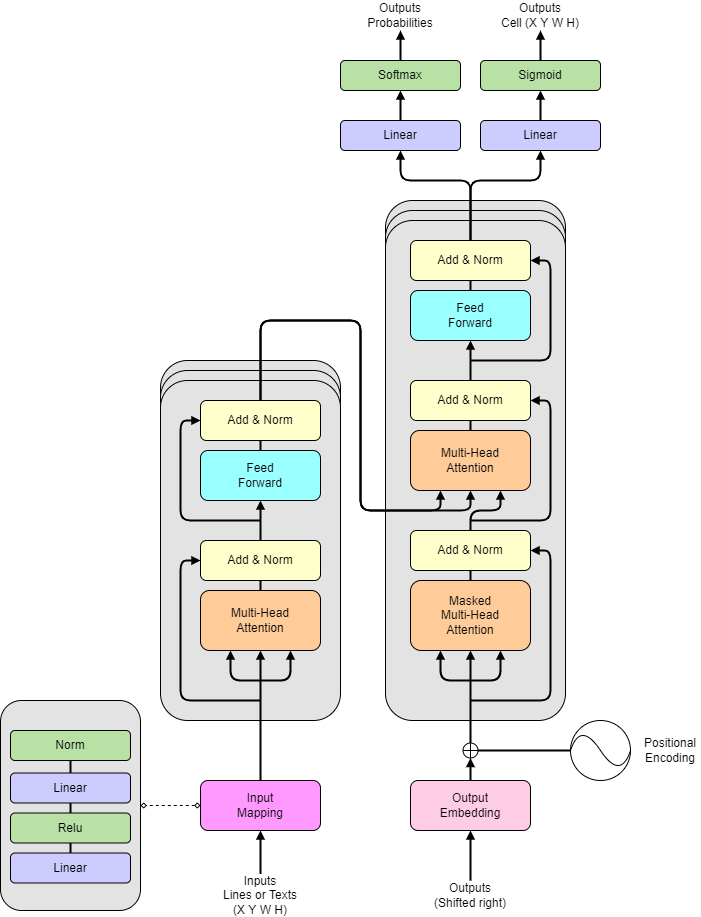
The draw.io diagram img/PositionalStructure.png in little-polka-dot/tex, before a commit. Source tidied: cells renumbered, new cells last; positions are measured from the earlier drawing's top-left corner, leaving out a move shared by most shapes.
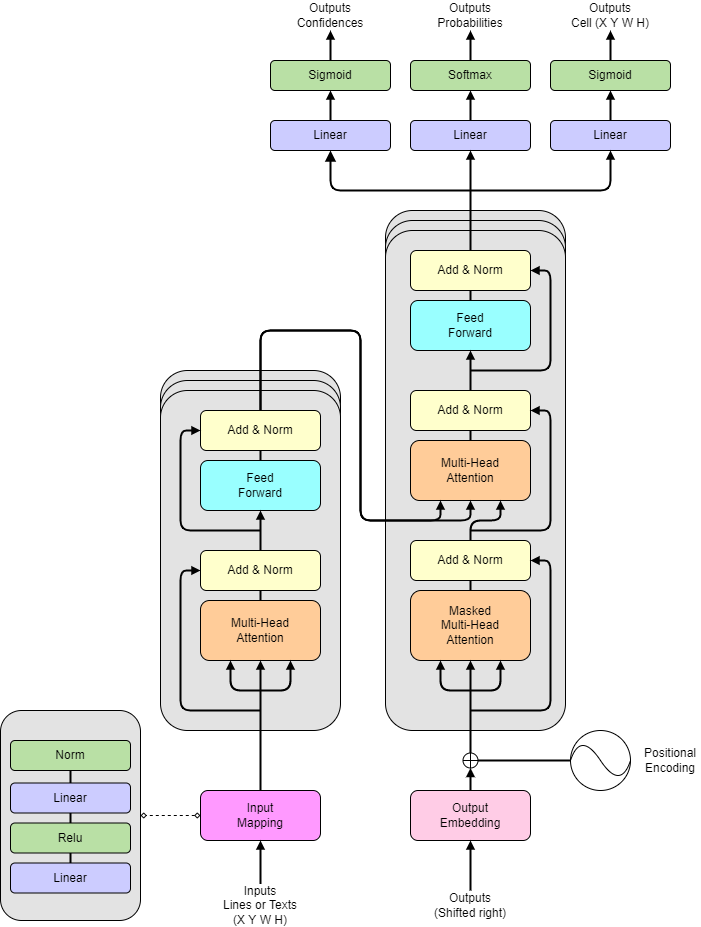
Above is the later version.

Change to the diagram source:
```diff
@@ -30,25 +30,25 @@
       <mxGeometry relative="1" as="geometry" />
     </mxCell>
     <mxCell id="11" value="Linear" style="rounded=1;whiteSpace=wrap;html=1;labelBackgroundColor=#CCCCFF;fillColor=#CCCCFF;" parent="1" vertex="1">
-      <mxGeometry x="340" y="120" width="120" height="30" as="geometry" />
+      <mxGeometry x="410" y="110" width="120" height="30" as="geometry" />
     </mxCell>
     <mxCell id="12" style="edgeStyle=orthogonalEdgeStyle;rounded=1;sketch=0;jettySize=auto;html=1;exitX=0.5;exitY=0;exitDx=0;exitDy=0;entryX=0.5;entryY=1;entryDx=0;entryDy=0;shadow=0;endArrow=block;endFill=1;startSize=4;endSize=4;strokeWidth=2;" parent="1" edge="1" source="13" target="28">
       <mxGeometry relative="1" as="geometry" />
     </mxCell>
     <mxCell id="13" value="Softmax" style="rounded=1;whiteSpace=wrap;html=1;labelBackgroundColor=#B9E0A5;fillColor=#B9E0A5;" parent="1" vertex="1">
-      <mxGeometry x="340" y="60" width="120" height="30" as="geometry" />
+      <mxGeometry x="410" y="50" width="120" height="30" as="geometry" />
     </mxCell>
     <mxCell id="14" style="edgeStyle=orthogonalEdgeStyle;rounded=1;sketch=0;jettySize=auto;html=1;exitX=0.5;exitY=0;exitDx=0;exitDy=0;entryX=0.5;entryY=1;entryDx=0;entryDy=0;shadow=0;endArrow=block;endFill=1;startSize=4;endSize=4;strokeWidth=2;" parent="1" edge="1" source="15" target="17">
       <mxGeometry relative="1" as="geometry" />
     </mxCell>
     <mxCell id="15" value="Linear" style="rounded=1;whiteSpace=wrap;html=1;labelBackgroundColor=#CCCCFF;fillColor=#CCCCFF;" parent="1" vertex="1">
-      <mxGeometry x="480" y="120" width="120" height="30" as="geometry" />
+      <mxGeometry x="550" y="110" width="120" height="30" as="geometry" />
     </mxCell>
     <mxCell id="16" style="edgeStyle=orthogonalEdgeStyle;rounded=1;sketch=0;jettySize=auto;html=1;exitX=0.5;exitY=0;exitDx=0;exitDy=0;entryX=0.5;entryY=1;entryDx=0;entryDy=0;shadow=0;endArrow=block;endFill=1;startSize=4;endSize=4;strokeWidth=2;" parent="1" edge="1" source="17" target="29">
       <mxGeometry relative="1" as="geometry" />
     </mxCell>
     <mxCell id="17" value="Sigmoid" style="rounded=1;whiteSpace=wrap;html=1;labelBackgroundColor=#B9E0A5;fillColor=#B9E0A5;" parent="1" vertex="1">
-      <mxGeometry x="480" y="60" width="120" height="30" as="geometry" />
+      <mxGeometry x="550" y="50" width="120" height="30" as="geometry" />
     </mxCell>
     <mxCell id="18" style="group;" parent="1" vertex="1">
       <mxGeometry x="570" y="720" width="60" height="60" as="geometry" />
@@ -86,10 +86,10 @@
       <mxGeometry x="425" y="880" width="90" height="30" as="geometry" />
     </mxCell>
     <mxCell id="28" value="Outputs&lt;br&gt;Probabilities" style="text;html=1;strokeColor=none;fillColor=none;align=center;verticalAlign=middle;whiteSpace=wrap;rounded=0;labelBackgroundColor=#FFFFFF;" parent="1" vertex="1">
-      <mxGeometry x="355" width="90" height="30" as="geometry" />
+      <mxGeometry x="425" y="-10" width="90" height="30" as="geometry" />
     </mxCell>
     <mxCell id="29" value="Outputs&lt;br&gt;Cell (X Y W H)" style="text;html=1;strokeColor=none;fillColor=none;align=center;verticalAlign=middle;whiteSpace=wrap;rounded=0;labelBackgroundColor=#FFFFFF;" parent="1" vertex="1">
-      <mxGeometry x="495" width="90" height="30" as="geometry" />
+      <mxGeometry x="565" y="-10" width="90" height="30" as="geometry" />
     </mxCell>
     <mxCell id="30" style="group;" parent="1" vertex="1">
       <mxGeometry y="700" width="140" height="210" as="geometry" />
@@ -168,6 +168,15 @@
     <mxCell id="50" style="edgeStyle=orthogonalEdgeStyle;rounded=1;sketch=0;jettySize=auto;html=1;exitX=0.5;exitY=0;exitDx=0;exitDy=0;entryX=0.5;entryY=1;entryDx=0;entryDy=0;shadow=0;endArrow=block;endFill=1;startSize=4;endSize=4;strokeWidth=2;" parent="1" edge="1" source="47" target="49">
       <mxGeometry relative="1" as="geometry" />
     </mxCell>
+    <mxCell id="74" style="edgeStyle=orthogonalEdgeStyle;rounded=1;jettySize=auto;html=1;entryX=0.5;entryY=1;entryDx=0;entryDy=0;strokeWidth=2;endArrow=block;endFill=1;" parent="1" edge="1" target="76">
+      <mxGeometry relative="1" as="geometry">
+        <mxPoint x="470" y="180" as="sourcePoint" />
+        <Array as="points">
+          <mxPoint x="470" y="180" />
+          <mxPoint x="330" y="180" />
+        </Array>
+      </mxGeometry>
+    </mxCell>
     <mxCell id="51" value="Add &amp;amp; Norm" style="rounded=1;whiteSpace=wrap;html=1;labelBackgroundColor=#FFFFCC;fillColor=#FFFFCC;" parent="1" vertex="1">
       <mxGeometry x="410" y="240" width="120" height="40" as="geometry" />
     </mxCell>
@@ -285,21 +294,36 @@
     <mxCell id="71" style="edgeStyle=orthogonalEdgeStyle;rounded=1;sketch=0;jettySize=auto;html=1;exitX=0.5;exitY=0;exitDx=0;exitDy=0;entryX=0.5;entryY=1;entryDx=0;entryDy=0;shadow=0;endArrow=block;endFill=1;startSize=4;endSize=4;strokeWidth=2;" parent="1" edge="1" source="22" target="40">
       <mxGeometry relative="1" as="geometry" />
     </mxCell>
-    <mxCell id="72" style="edgeStyle=orthogonalEdgeStyle;rounded=1;sketch=0;jettySize=auto;html=1;exitX=0.5;exitY=0;exitDx=0;exitDy=0;entryX=0.5;entryY=1;entryDx=0;entryDy=0;shadow=0;endArrow=block;endFill=1;startSize=4;endSize=4;strokeWidth=2;" parent="1" edge="1" source="51" target="15">
+    <mxCell id="72" style="edgeStyle=orthogonalEdgeStyle;rounded=1;sketch=0;jettySize=auto;html=1;entryX=0.5;entryY=1;entryDx=0;entryDy=0;shadow=0;endArrow=block;endFill=1;startSize=4;endSize=4;strokeWidth=2;" parent="1" edge="1" target="15">
       <mxGeometry relative="1" as="geometry">
+        <mxPoint x="470" y="180" as="sourcePoint" />
         <Array as="points">
           <mxPoint x="470" y="180" />
-          <mxPoint x="540" y="180" />
+          <mxPoint x="610" y="180" />
         </Array>
       </mxGeometry>
     </mxCell>
     <mxCell id="73" style="edgeStyle=orthogonalEdgeStyle;rounded=1;sketch=0;jettySize=auto;html=1;exitX=0.5;exitY=0;exitDx=0;exitDy=0;entryX=0.5;entryY=1;entryDx=0;entryDy=0;shadow=0;endArrow=block;endFill=1;startSize=4;endSize=4;strokeWidth=2;" parent="1" edge="1" source="51" target="11">
       <mxGeometry relative="1" as="geometry">
         <Array as="points">
-          <mxPoint x="470" y="180" />
-          <mxPoint x="400" y="180" />
+          <mxPoint x="470" y="140" />
         </Array>
       </mxGeometry>
     </mxCell>
+    <mxCell id="75" style="edgeStyle=orthogonalEdgeStyle;rounded=1;sketch=0;jettySize=auto;html=1;exitX=0.5;exitY=0;exitDx=0;exitDy=0;entryX=0.5;entryY=1;entryDx=0;entryDy=0;shadow=0;endArrow=block;endFill=1;startSize=4;endSize=4;strokeWidth=2;" parent="1" edge="1" source="76" target="78">
+      <mxGeometry relative="1" as="geometry" />
+    </mxCell>
+    <mxCell id="76" value="Linear" style="rounded=1;whiteSpace=wrap;html=1;labelBackgroundColor=#CCCCFF;fillColor=#CCCCFF;" parent="1" vertex="1">
+      <mxGeometry x="270" y="110" width="120" height="30" as="geometry" />
+    </mxCell>
+    <mxCell id="77" style="edgeStyle=orthogonalEdgeStyle;rounded=1;sketch=0;jettySize=auto;html=1;exitX=0.5;exitY=0;exitDx=0;exitDy=0;entryX=0.5;entryY=1;entryDx=0;entryDy=0;shadow=0;endArrow=block;endFill=1;startSize=4;endSize=4;strokeWidth=2;" parent="1" edge="1" source="78" target="79">
+      <mxGeometry relative="1" as="geometry" />
+    </mxCell>
+    <mxCell id="78" value="Sigmoid" style="rounded=1;whiteSpace=wrap;html=1;labelBackgroundColor=#B9E0A5;fillColor=#B9E0A5;" parent="1" vertex="1">
+      <mxGeometry x="270" y="50" width="120" height="30" as="geometry" />
+    </mxCell>
+    <mxCell id="79" value="Outputs&lt;br&gt;Confidences" style="text;html=1;strokeColor=none;fillColor=none;align=center;verticalAlign=middle;whiteSpace=wrap;rounded=0;labelBackgroundColor=#FFFFFF;" parent="1" vertex="1">
+      <mxGeometry x="285" y="-10" width="90" height="30" as="geometry" />
+    </mxCell>
   </root>
 </mxGraphModel>
```
